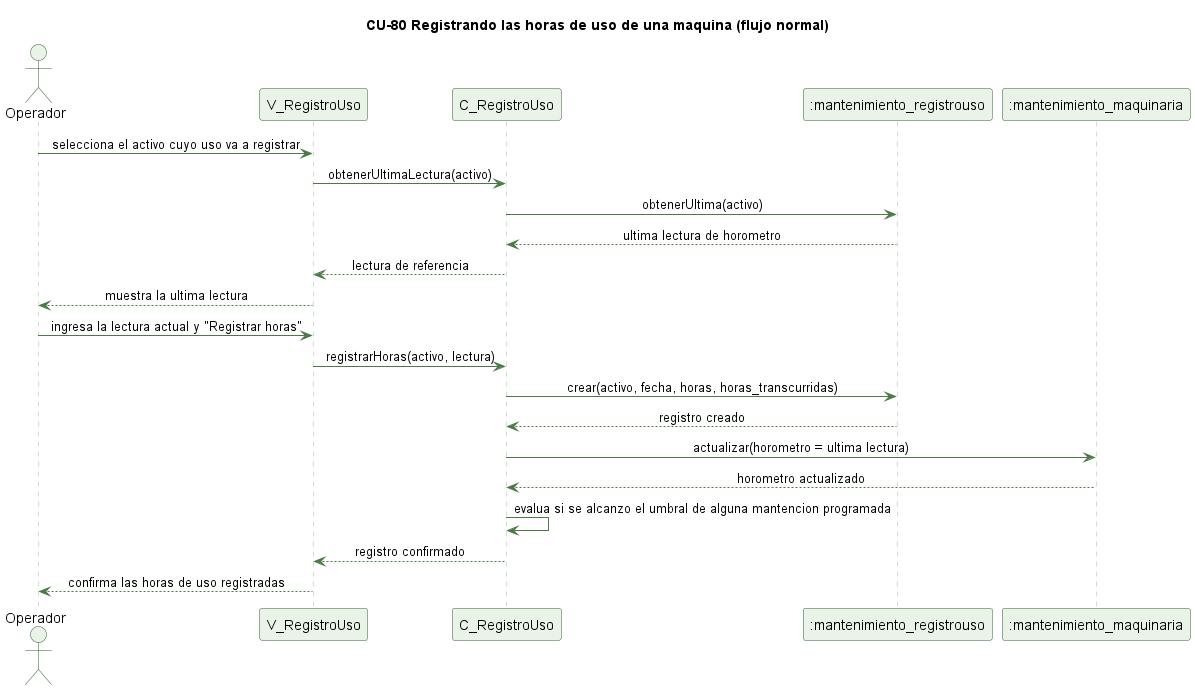
The PlantUML diagram docs/trabajo-grupal/diagramas/secuencias/cu80-registrar-horas-normal.png in kenjikaese/Triverde, before a commit.
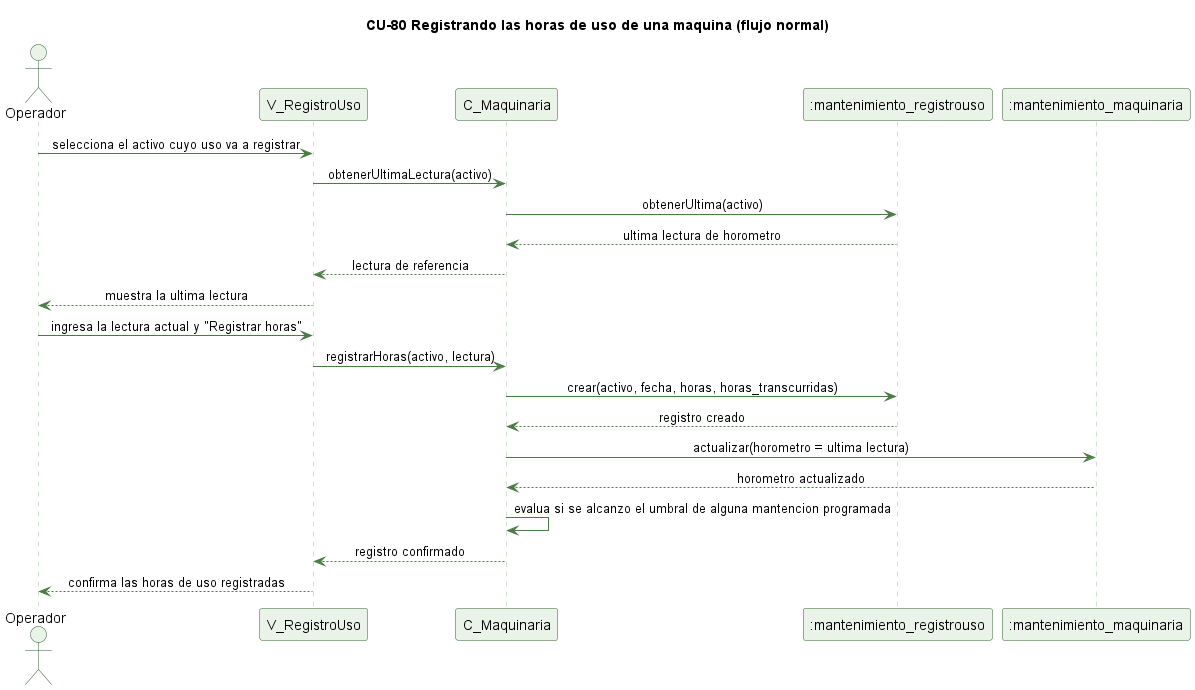
The same file after the commit.

Change to the diagram source:
```diff
@@ -14,7 +14,7 @@
 
 actor Operador
 participant "V_RegistroUso" as V
-participant "C_RegistroUso" as C
+participant "C_Maquinaria" as C
 participant ":mantenimiento_registrouso" as RU
 participant ":mantenimiento_maquinaria" as MQ
 
```
